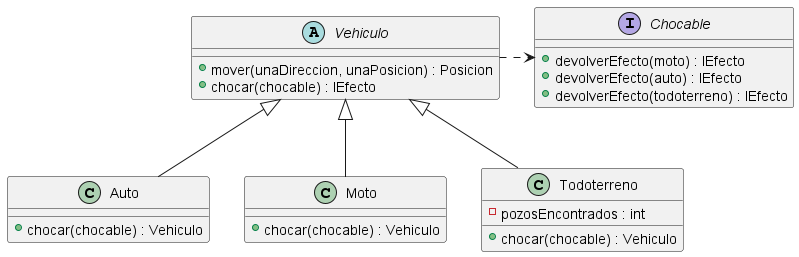
This is diagrams/classes/diagrama_vehiculos.png from NestorPala/T17-GPSChallenge, a PlantUML export, as it was before one commit. Its source is kept beside it as diagrams/classes/diagrama_vehiculos.puml. Its diagram source:
```plantuml
@startuml

abstract class Vehiculo {
    + mover(unaDireccion, unaPosicion) : Posicion
    + chocar(chocable) : IEfecto
}

class Auto {
    + chocar(chocable) : Vehiculo
}

class Moto {
    + chocar(chocable) : Vehiculo
}

class Todoterreno {
    - pozosEncontrados : int
    + chocar(chocable) : Vehiculo
}

interface Chocable {
    + devolverEfecto(moto) : IEfecto
    + devolverEfecto(auto) : IEfecto
    + devolverEfecto(todoterreno) : IEfecto
}

Vehiculo .> Chocable
Vehiculo <|-- Auto
Vehiculo <|-- Moto
Vehiculo <|-- Todoterreno

@enduml
```
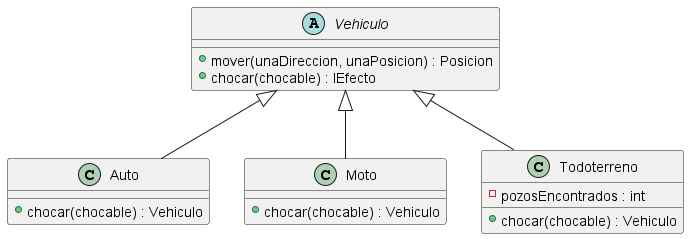
After the commit.

Commit message:
modifico diagramas de clase (Vehiculo - Chocable - IEfecto

What changed in the source:
```diff
@@ -18,13 +18,6 @@
     + chocar(chocable) : Vehiculo
 }
 
-interface Chocable {
-    + devolverEfecto(moto) : IEfecto
-    + devolverEfecto(auto) : IEfecto
-    + devolverEfecto(todoterreno) : IEfecto
-}
-
-Vehiculo .> Chocable
 Vehiculo <|-- Auto
 Vehiculo <|-- Moto
 Vehiculo <|-- Todoterreno
```
